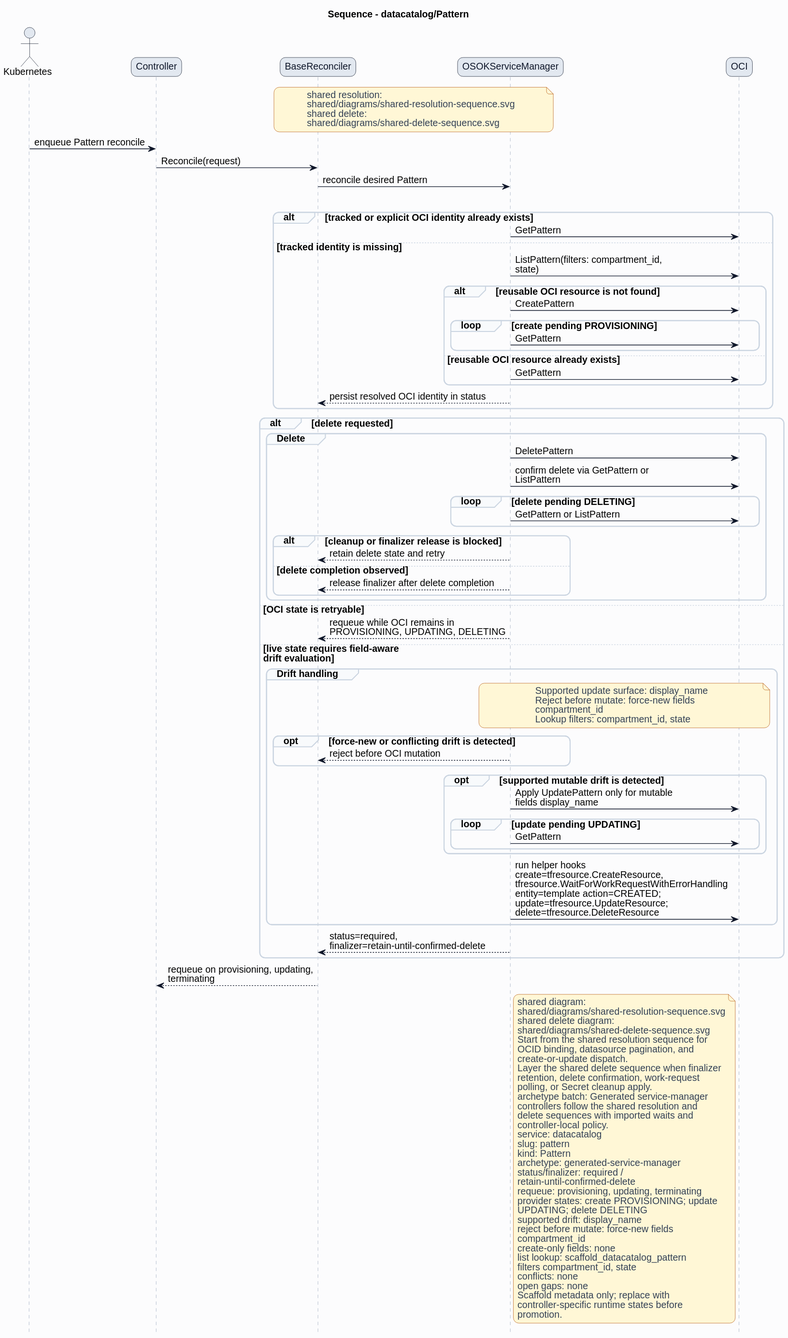
This is formal/controllers/datacatalog/pattern/diagrams/sequence.svg from HaoyL666/oci-service-operator, a PlantUML export, as it was before one commit. The source it was exported from:
```plantuml
@startuml
skinparam shadowing false
skinparam backgroundColor #fcfcfd
skinparam defaultFontName Helvetica
skinparam defaultFontSize 14
skinparam arrowColor #0f172a
skinparam noteBackgroundColor #fff7d6
skinparam noteBorderColor #b45309
skinparam noteFontColor #334155
skinparam roundcorner 16
title Sequence - datacatalog/Pattern
hide footbox
skinparam sequence {
  actorBorderColor #0f172a
  actorBackgroundColor #e2e8f0
  participantBorderColor #0f172a
  participantBackgroundColor #e2e8f0
  participantFontColor #0f172a
  lifeLineBorderColor #94a3b8
  groupBorderColor #cbd5e1
  groupBackgroundColor #f8fafc
}
actor Kubernetes
participant Controller
participant BaseReconciler
participant "OSOKServiceManager" as ServiceManager
participant OCI
note over BaseReconciler,ServiceManager
shared resolution:
shared/diagrams/shared-resolution-sequence.svg
shared delete:
shared/diagrams/shared-delete-sequence.svg
end note
Kubernetes -> Controller: enqueue Pattern reconcile
Controller -> BaseReconciler: Reconcile(request)
BaseReconciler -> ServiceManager: reconcile desired Pattern
group Lookup and bind
alt tracked or explicit OCI identity already exists
ServiceManager -> OCI: GetPattern
else tracked identity is missing
ServiceManager -> OCI: ListPattern(filters: compartment_id,\nstate)
alt reusable OCI resource is not found
ServiceManager -> OCI: CreatePattern
loop create pending PROVISIONING
ServiceManager -> OCI: GetPattern
end
else reusable OCI resource already exists
ServiceManager -> OCI: GetPattern
end
ServiceManager --> BaseReconciler: persist resolved OCI identity in status
end
alt delete requested
group Delete
ServiceManager -> OCI: DeletePattern
ServiceManager -> OCI: confirm delete via GetPattern or\nListPattern
loop delete pending DELETING
ServiceManager -> OCI: GetPattern or ListPattern
end
alt cleanup or finalizer release is blocked
ServiceManager --> BaseReconciler: retain delete state and retry
else delete completion observed
ServiceManager --> BaseReconciler: release finalizer after delete completion
end
end
else OCI state is retryable
ServiceManager --> BaseReconciler: requeue while OCI remains in\nPROVISIONING, UPDATING, DELETING
else live state requires field-aware\ndrift evaluation
group Drift handling
note over ServiceManager,OCI
Supported update surface: display_name
Reject before mutate: force-new fields
compartment_id
Lookup filters: compartment_id, state
end note
opt force-new or conflicting drift is detected
ServiceManager --> BaseReconciler: reject before OCI mutation
end
opt supported mutable drift is detected
ServiceManager -> OCI: Apply UpdatePattern only for mutable\nfields display_name
loop update pending UPDATING
ServiceManager -> OCI: GetPattern
end
end
ServiceManager -> OCI: run helper hooks\ncreate=tfresource.CreateResource,\ntfresource.WaitForWorkRequestWithErrorHandling\nentity=template action=CREATED;\nupdate=tfresource.UpdateResource;\ndelete=tfresource.DeleteResource
end
ServiceManager --> BaseReconciler: status=required,\nfinalizer=retain-until-confirmed-delete
end
BaseReconciler --> Controller: requeue on provisioning, updating,\nterminating
note right of ServiceManager
shared diagram:
shared/diagrams/shared-resolution-sequence.svg
shared delete diagram:
shared/diagrams/shared-delete-sequence.svg
Start from the shared resolution sequence for
OCID binding, datasource pagination, and
create-or-update dispatch.
Layer the shared delete sequence when finalizer
retention, delete confirmation, work-request
polling, or Secret cleanup apply.
archetype batch: Generated service-manager
controllers follow the shared resolution and
delete sequences with imported waits and
controller-local policy.
service: datacatalog
slug: pattern
kind: Pattern
archetype: generated-service-manager
status/finalizer: required /
retain-until-confirmed-delete
requeue: provisioning, updating, terminating
provider states: create PROVISIONING; update
UPDATING; delete DELETING
supported drift: display_name
reject before mutate: force-new fields
compartment_id
create-only fields: none
list lookup: scaffold_datacatalog_pattern
filters compartment_id, state
conflicts: none
open gaps: none
Scaffold metadata only; replace with
controller-specific runtime states before
promotion.
end note
@enduml
```
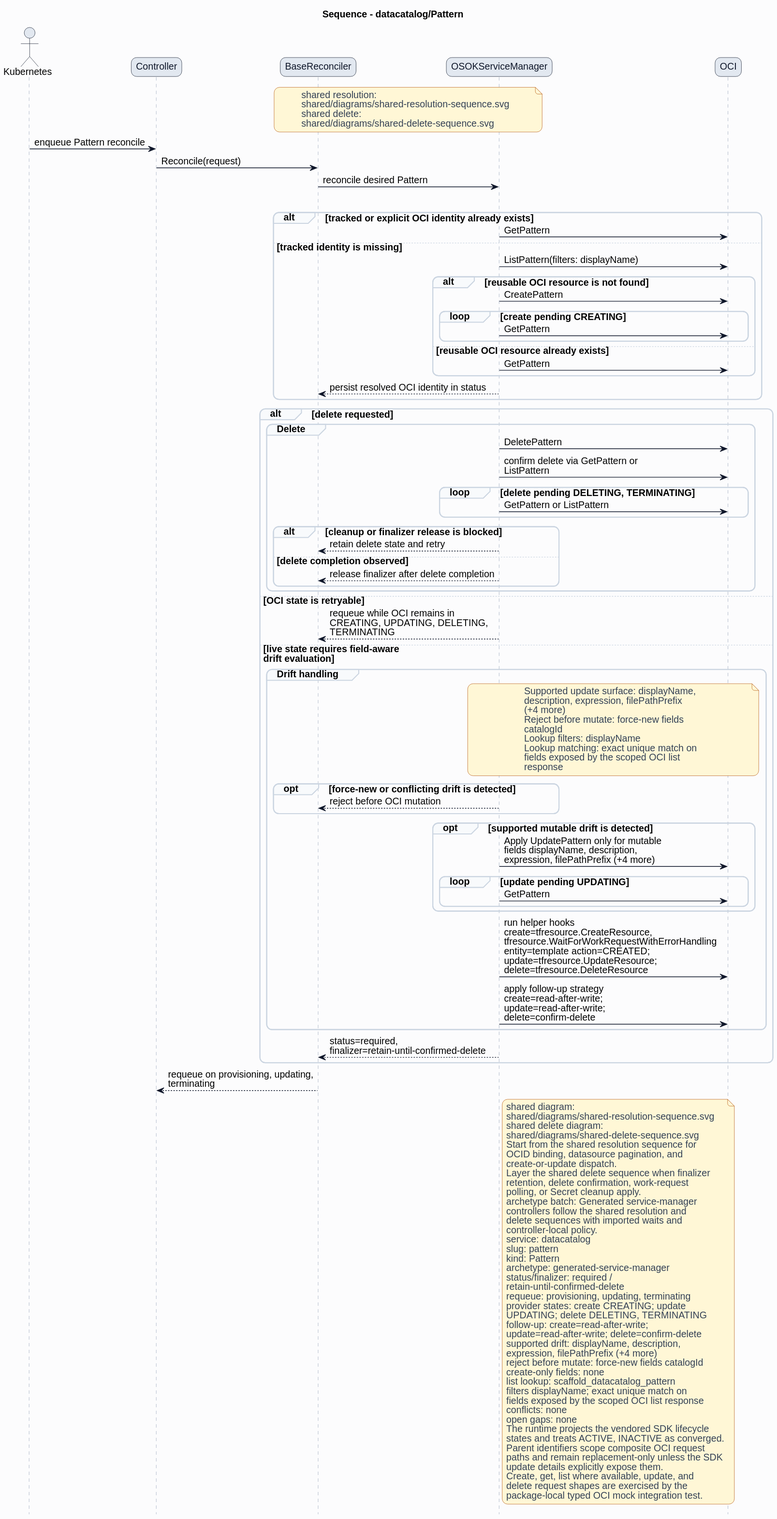
The same file after the commit.

Diff of the diagram source:
```diff
@@ -38,10 +38,10 @@
 alt tracked or explicit OCI identity already exists
 ServiceManager -> OCI: GetPattern
 else tracked identity is missing
-ServiceManager -> OCI: ListPattern(filters: compartment_id,\nstate)
+ServiceManager -> OCI: ListPattern(filters: displayName)
 alt reusable OCI resource is not found
 ServiceManager -> OCI: CreatePattern
-loop create pending PROVISIONING
+loop create pending CREATING
 ServiceManager -> OCI: GetPattern
 end
 else reusable OCI resource already exists
@@ -53,7 +53,7 @@
 group Delete
 ServiceManager -> OCI: DeletePattern
 ServiceManager -> OCI: confirm delete via GetPattern or\nListPattern
-loop delete pending DELETING
+loop delete pending DELETING, TERMINATING
 ServiceManager -> OCI: GetPattern or ListPattern
 end
 alt cleanup or finalizer release is blocked
@@ -63,25 +63,31 @@
 end
 end
 else OCI state is retryable
-ServiceManager --> BaseReconciler: requeue while OCI remains in\nPROVISIONING, UPDATING, DELETING
+ServiceManager --> BaseReconciler: requeue while OCI remains in\nCREATING, UPDATING, DELETING,\nTERMINATING
 else live state requires field-aware\ndrift evaluation
 group Drift handling
 note over ServiceManager,OCI
-Supported update surface: display_name
+Supported update surface: displayName,
+description, expression, filePathPrefix
+(+4 more)
 Reject before mutate: force-new fields
-compartment_id
-Lookup filters: compartment_id, state
+catalogId
+Lookup filters: displayName
+Lookup matching: exact unique match on
+fields exposed by the scoped OCI list
+response
 end note
 opt force-new or conflicting drift is detected
 ServiceManager --> BaseReconciler: reject before OCI mutation
 end
 opt supported mutable drift is detected
-ServiceManager -> OCI: Apply UpdatePattern only for mutable\nfields display_name
+ServiceManager -> OCI: Apply UpdatePattern only for mutable\nfields displayName, description,\nexpression, filePathPrefix (+4 more)
 loop update pending UPDATING
 ServiceManager -> OCI: GetPattern
 end
 end
 ServiceManager -> OCI: run helper hooks\ncreate=tfresource.CreateResource,\ntfresource.WaitForWorkRequestWithErrorHandling\nentity=template action=CREATED;\nupdate=tfresource.UpdateResource;\ndelete=tfresource.DeleteResource
+ServiceManager -> OCI: apply follow-up strategy\ncreate=read-after-write;\nupdate=read-after-write;\ndelete=confirm-delete
 end
 ServiceManager --> BaseReconciler: status=required,\nfinalizer=retain-until-confirmed-delete
 end
@@ -108,18 +114,26 @@
 status/finalizer: required /
 retain-until-confirmed-delete
 requeue: provisioning, updating, terminating
-provider states: create PROVISIONING; update
-UPDATING; delete DELETING
-supported drift: display_name
-reject before mutate: force-new fields
-compartment_id
+provider states: create CREATING; update
+UPDATING; delete DELETING, TERMINATING
+follow-up: create=read-after-write;
+update=read-after-write; delete=confirm-delete
+supported drift: displayName, description,
+expression, filePathPrefix (+4 more)
+reject before mutate: force-new fields catalogId
 create-only fields: none
 list lookup: scaffold_datacatalog_pattern
-filters compartment_id, state
+filters displayName; exact unique match on
+fields exposed by the scoped OCI list response
 conflicts: none
 open gaps: none
-Scaffold metadata only; replace with
-controller-specific runtime states before
-promotion.
+The runtime projects the vendored SDK lifecycle
+states and treats ACTIVE, INACTIVE as converged.
+Parent identifiers scope composite OCI request
+paths and remain replacement-only unless the SDK
+update details explicitly expose them.
+Create, get, list where available, update, and
+delete request shapes are exercised by the
+package-local typed OCI mock integration test.
 end note
 @enduml
```
